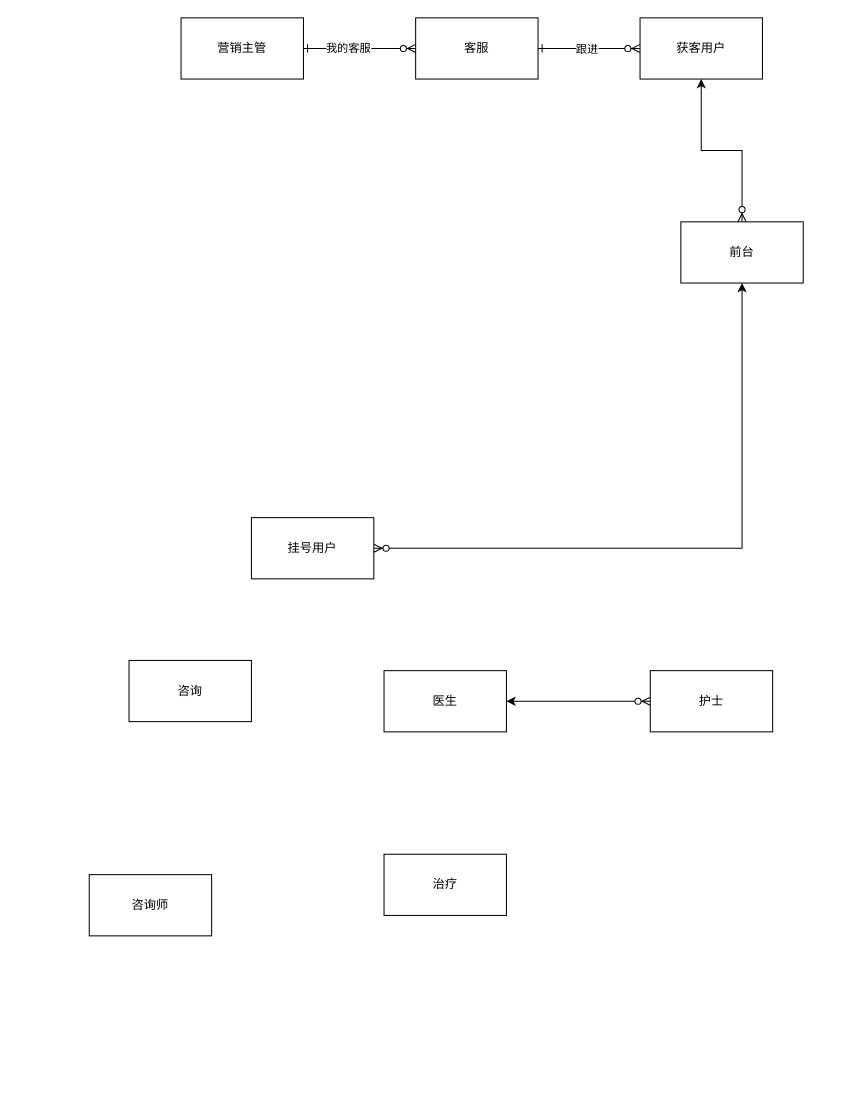
The draw.io diagram 牙管家/逻辑数据模型.drawio in cherishsince/diagrams.net, before the edit. Source tidied: cells renumbered, new cells numbered last; positions are measured from the earlier drawing's top-left corner, leaving out a move shared by most shapes. Both pictures are drawn from the tidied source at 102%, with x=0, y=0 at pixel (89, 17).
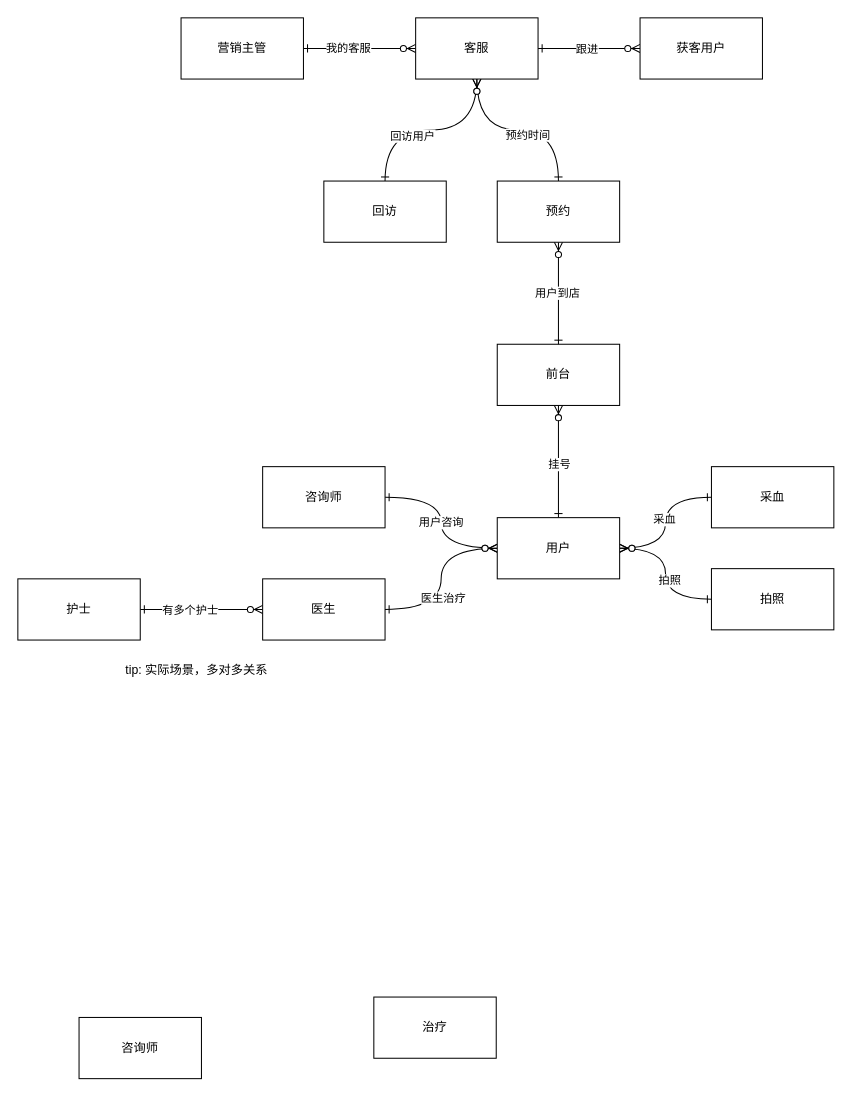
The same diagram, later.

Commit message (it also covers changes not shown here):
更新逻辑数据模型.drawio

The change refers to these unchanged cells:
```xml
<mxCell id="4" value="获客用户" style="rounded=0;whiteSpace=wrap;html=1;" parent="1" vertex="1">
  <mxGeometry x="540" width="120" height="60" as="geometry" />
</mxCell>
<mxCell id="7" value="&lt;span&gt;客服&lt;/span&gt;" style="rounded=0;whiteSpace=wrap;html=1;" parent="1" vertex="1">
  <mxGeometry x="320" width="120" height="60" as="geometry" />
</mxCell>
```

Diff of the diagram source:
```diff
@@
+    <mxCell id="19" style="edgeStyle=orthogonalEdgeStyle;rounded=0;jettySize=auto;html=1;startArrow=ERzeroToMany;startFill=1;endArrow=ERone;endFill=0;curved=1;" parent="1" edge="1" source="7" target="36">
+      <mxGeometry relative="1" as="geometry" />
+    </mxCell>
+    <mxCell id="20" value="预约时间" style="edgeLabel;html=1;align=center;verticalAlign=middle;" parent="19" vertex="1">
+      <mxGeometry x="0.1" y="-4" relative="1" as="geometry" />
+    </mxCell>
+    <mxCell id="21" style="edgeStyle=orthogonalEdgeStyle;curved=1;rounded=0;jettySize=auto;html=1;entryX=0.5;entryY=0;entryDx=0;entryDy=0;startArrow=ERzeroToMany;startFill=1;endArrow=ERone;endFill=0;" parent="1" edge="1" source="7" target="37">
+      <mxGeometry relative="1" as="geometry" />
+    </mxCell>
+    <mxCell id="22" value="回访用户" style="edgeLabel;html=1;align=center;verticalAlign=middle;" parent="21" vertex="1">
+      <mxGeometry x="0.2" y="5" relative="1" as="geometry" />
+    </mxCell>
@@
-    <mxCell id="9" style="edgeStyle=orthogonalEdgeStyle;rounded=0;jettySize=auto;html=1;startArrow=ERzeroToMany;startFill=1;" parent="1" edge="1" source="10" target="4">
-      <mxGeometry relative="1" as="geometry" />
-    </mxCell>
+    <mxCell id="23" style="edgeStyle=orthogonalEdgeStyle;curved=1;rounded=0;jettySize=auto;html=1;startArrow=ERzeroToMany;startFill=1;endArrow=ERone;endFill=0;" parent="1" edge="1" source="10" target="14">
+      <mxGeometry relative="1" as="geometry" />
+    </mxCell>
+    <mxCell id="24" value="挂号" style="edgeLabel;html=1;align=center;verticalAlign=middle;" parent="23" vertex="1">
+      <mxGeometry x="0.04" y="2" relative="1" as="geometry">
+        <mxPoint x="-2" as="offset" />
+      </mxGeometry>
+    </mxCell>
     <mxCell id="10" value="前台" style="rounded=0;whiteSpace=wrap;html=1;" parent="1" vertex="1">
-      <mxGeometry x="580" y="200" width="120" height="60" as="geometry" />
+      <mxGeometry x="400" y="320" width="120" height="60" as="geometry" />
     </mxCell>
     <mxCell id="11" value="咨询师" style="rounded=0;whiteSpace=wrap;html=1;" parent="1" vertex="1">
-      <mxGeometry y="840" width="120" height="60" as="geometry" />
+      <mxGeometry x="-10" y="980" width="120" height="60" as="geometry" />
     </mxCell>
+    <mxCell id="25" style="edgeStyle=orthogonalEdgeStyle;curved=1;rounded=0;jettySize=auto;html=1;startArrow=ERzeroToMany;startFill=1;endArrow=ERone;endFill=0;" parent="1" edge="1" source="12" target="16">
+      <mxGeometry relative="1" as="geometry" />
+    </mxCell>
+    <mxCell id="26" value="有多个护士" style="edgeLabel;html=1;align=center;verticalAlign=middle;" parent="25" vertex="1">
+      <mxGeometry x="0.2" relative="1" as="geometry" />
+    </mxCell>
     <mxCell id="12" value="医生" style="rounded=0;whiteSpace=wrap;html=1;" parent="1" vertex="1">
-      <mxGeometry x="289" y="640" width="120" height="60" as="geometry" />
+      <mxGeometry x="170" y="550" width="120" height="60" as="geometry" />
     </mxCell>
-    <mxCell id="13" style="edgeStyle=orthogonalEdgeStyle;rounded=0;jettySize=auto;html=1;entryX=0.5;entryY=1;entryDx=0;entryDy=0;startArrow=ERzeroToMany;startFill=1;endArrow=classic;endFill=1;" parent="1" edge="1" source="14" target="10">
-      <mxGeometry relative="1" as="geometry" />
-    </mxCell>
+    <mxCell id="27" value="用户咨询" style="edgeStyle=orthogonalEdgeStyle;curved=1;rounded=0;jettySize=auto;html=1;entryX=1;entryY=0.5;entryDx=0;entryDy=0;startArrow=ERzeroToMany;startFill=1;endArrow=ERone;endFill=0;" parent="1" edge="1" source="14" target="18">
+      <mxGeometry relative="1" as="geometry" />
+    </mxCell>
+    <mxCell id="28" style="edgeStyle=orthogonalEdgeStyle;curved=1;rounded=0;jettySize=auto;html=1;entryX=1;entryY=0.5;entryDx=0;entryDy=0;startArrow=ERzeroToMany;startFill=1;endArrow=ERone;endFill=0;" parent="1" edge="1" source="14" target="12">
+      <mxGeometry relative="1" as="geometry" />
+    </mxCell>
+    <mxCell id="29" value="医生治疗" style="edgeLabel;html=1;align=center;verticalAlign=middle;" parent="28" vertex="1">
+      <mxGeometry x="0.21" y="1" relative="1" as="geometry" />
+    </mxCell>
+    <mxCell id="30" style="edgeStyle=orthogonalEdgeStyle;curved=1;rounded=0;jettySize=auto;html=1;startArrow=ERzeroToMany;startFill=1;endArrow=ERone;endFill=0;" parent="1" edge="1" source="14" target="39">
+      <mxGeometry relative="1" as="geometry" />
+    </mxCell>
+    <mxCell id="31" value="采血" style="edgeLabel;html=1;align=center;verticalAlign=middle;" parent="30" vertex="1">
+      <mxGeometry x="0.06" y="2" relative="1" as="geometry" />
+    </mxCell>
+    <mxCell id="32" style="edgeStyle=orthogonalEdgeStyle;curved=1;rounded=0;jettySize=auto;html=1;startArrow=ERzeroToMany;startFill=1;endArrow=ERone;endFill=0;" parent="1" edge="1" source="14" target="40">
+      <mxGeometry relative="1" as="geometry" />
+    </mxCell>
+    <mxCell id="33" value="拍照" style="edgeLabel;html=1;align=center;verticalAlign=middle;" parent="32" vertex="1">
+      <mxGeometry x="0.09" y="3" relative="1" as="geometry" />
+    </mxCell>
-    <mxCell id="14" value="挂号用户" style="rounded=0;whiteSpace=wrap;html=1;" parent="1" vertex="1">
-      <mxGeometry x="159" y="490" width="120" height="60" as="geometry" />
+    <mxCell id="14" value="用户" style="rounded=0;whiteSpace=wrap;html=1;" parent="1" vertex="1">
+      <mxGeometry x="400" y="490" width="120" height="60" as="geometry" />
     </mxCell>
-    <mxCell id="15" style="edgeStyle=orthogonalEdgeStyle;rounded=0;jettySize=auto;html=1;entryX=1;entryY=0.5;entryDx=0;entryDy=0;startArrow=ERzeroToMany;startFill=1;endArrow=classic;endFill=1;" parent="1" edge="1" source="16" target="12">
-      <mxGeometry relative="1" as="geometry" />
-    </mxCell>
     <mxCell id="16" value="护士" style="rounded=0;whiteSpace=wrap;html=1;" parent="1" vertex="1">
-      <mxGeometry x="550" y="640" width="120" height="60" as="geometry" />
+      <mxGeometry x="-70" y="550" width="120" height="60" as="geometry" />
     </mxCell>
     <mxCell id="17" value="治疗" style="rounded=0;whiteSpace=wrap;html=1;" parent="1" vertex="1">
-      <mxGeometry x="289" y="820" width="120" height="60" as="geometry" />
+      <mxGeometry x="279" y="960" width="120" height="60" as="geometry" />
     </mxCell>
-    <mxCell id="18" value="咨询" style="rounded=0;whiteSpace=wrap;html=1;" parent="1" vertex="1">
-      <mxGeometry x="39" y="630" width="120" height="60" as="geometry" />
+    <mxCell id="18" value="咨询师" style="rounded=0;whiteSpace=wrap;html=1;" parent="1" vertex="1">
+      <mxGeometry x="170" y="440" width="120" height="60" as="geometry" />
     </mxCell>
+    <mxCell id="34" style="edgeStyle=orthogonalEdgeStyle;curved=1;rounded=0;jettySize=auto;html=1;startArrow=ERzeroToMany;startFill=1;endArrow=ERone;endFill=0;" parent="1" edge="1" source="36" target="10">
+      <mxGeometry relative="1" as="geometry" />
+    </mxCell>
+    <mxCell id="35" value="用户到店" style="edgeLabel;html=1;align=center;verticalAlign=middle;" parent="34" vertex="1">
+      <mxGeometry x="-0.02" y="-2" relative="1" as="geometry" />
+    </mxCell>
+    <mxCell id="36" value="预约" style="rounded=0;whiteSpace=wrap;html=1;" parent="1" vertex="1">
+      <mxGeometry x="400" y="160" width="120" height="60" as="geometry" />
+    </mxCell>
+    <mxCell id="37" value="回访" style="rounded=0;whiteSpace=wrap;html=1;" parent="1" vertex="1">
+      <mxGeometry x="230" y="160" width="120" height="60" as="geometry" />
+    </mxCell>
+    <mxCell id="38" value="tip: 实际场景，多对多关系" style="text;html=1;align=center;verticalAlign=middle;strokeColor=none;" parent="1" vertex="1">
+      <mxGeometry x="30" y="630" width="150" height="20" as="geometry" />
+    </mxCell>
+    <mxCell id="39" value="采血" style="rounded=0;whiteSpace=wrap;html=1;" parent="1" vertex="1">
+      <mxGeometry x="610" y="440" width="120" height="60" as="geometry" />
+    </mxCell>
+    <mxCell id="40" value="拍照" style="rounded=0;whiteSpace=wrap;html=1;" parent="1" vertex="1">
+      <mxGeometry x="610" y="540" width="120" height="60" as="geometry" />
+    </mxCell>
```
